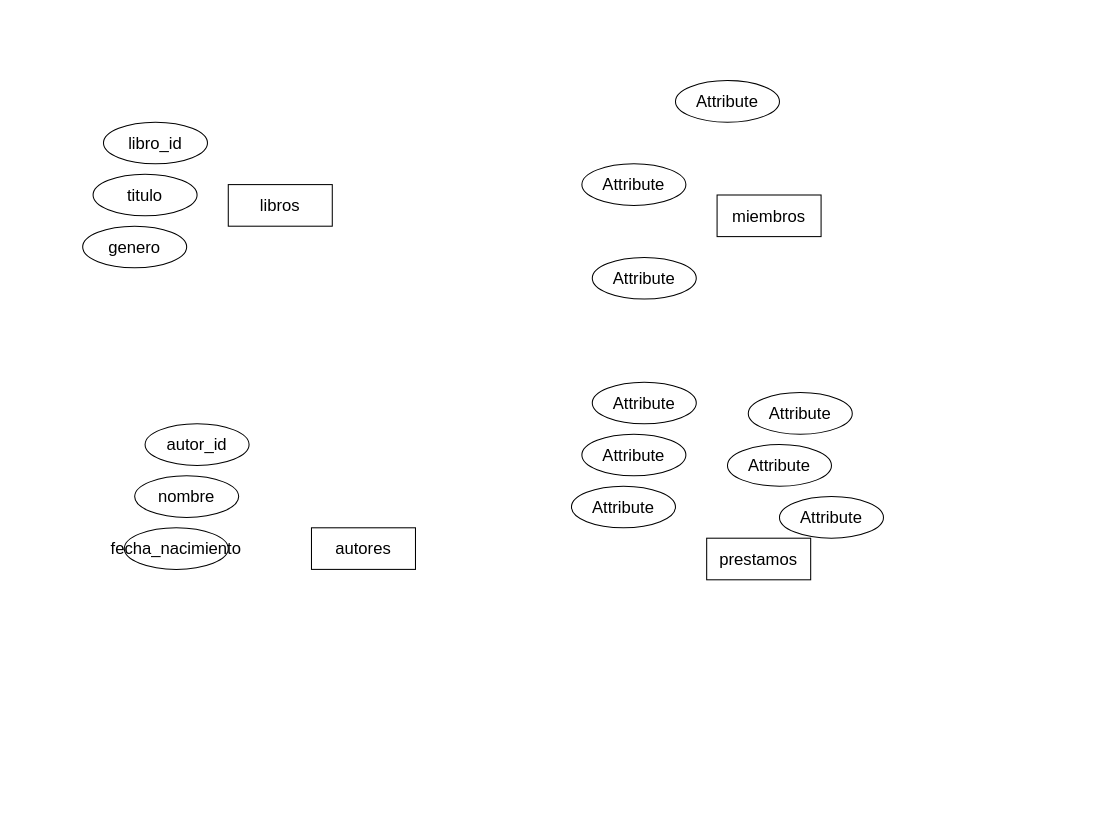
The draw.io diagram biblioteca.drawio in hollyredfield/dam1, before the edit. Source tidied: cells renumbered, new cells numbered last; positions are measured from the earlier drawing's top-left corner, leaving out a move shared by most shapes. Both pictures are drawn from the tidied source at 104%, with x=0, y=0 at pixel (82, 80).
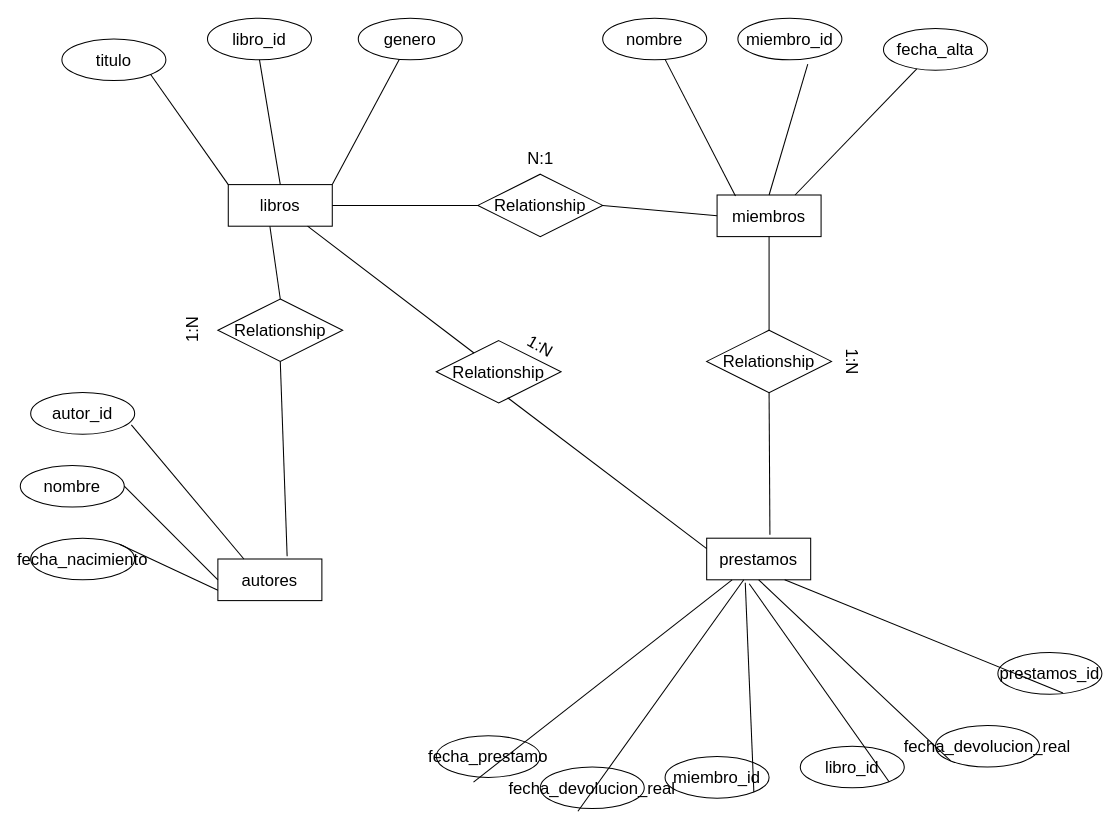
Above is the later version.

Unchanged cells that the change refers to:
```xml
<mxCell id="2" value="prestamos" style="whiteSpace=wrap;html=1;align=center;fontSize=16;" parent="1" vertex="1">
  <mxGeometry x="600" y="440" width="100" height="40" as="geometry" />
</mxCell>
<mxCell id="4" value="libros" style="whiteSpace=wrap;html=1;align=center;fontSize=16;" parent="1" vertex="1">
  <mxGeometry x="140" y="100" width="100" height="40" as="geometry" />
</mxCell>
<mxCell id="5" value="miembros" style="whiteSpace=wrap;html=1;align=center;fontSize=16;" parent="1" vertex="1">
  <mxGeometry x="610" y="110" width="100" height="40" as="geometry" />
</mxCell>
```

Change to the diagram source:
```diff
@@
     <mxCell id="3" value="autores" style="whiteSpace=wrap;html=1;align=center;fontSize=16;" parent="1" vertex="1">
-      <mxGeometry x="220" y="430" width="100" height="40" as="geometry" />
+      <mxGeometry x="130" y="460" width="100" height="40" as="geometry" />
     </mxCell>
@@
     <mxCell id="6" value="titulo" style="ellipse;whiteSpace=wrap;html=1;align=center;fontSize=16;" parent="1" vertex="1">
-      <mxGeometry x="10" y="90" width="100" height="40" as="geometry" />
+      <mxGeometry x="-20" y="-40" width="100" height="40" as="geometry" />
     </mxCell>
     <mxCell id="7" value="libro_id" style="ellipse;whiteSpace=wrap;html=1;align=center;fontSize=16;" parent="1" vertex="1">
-      <mxGeometry x="20" y="40" width="100" height="40" as="geometry" />
+      <mxGeometry x="120" y="-60" width="100" height="40" as="geometry" />
     </mxCell>
     <mxCell id="8" value="genero" style="ellipse;whiteSpace=wrap;html=1;align=center;fontSize=16;" parent="1" vertex="1">
-      <mxGeometry y="140" width="100" height="40" as="geometry" />
+      <mxGeometry x="265" y="-60" width="100" height="40" as="geometry" />
     </mxCell>
-    <mxCell id="9" value="Attribute" style="ellipse;whiteSpace=wrap;html=1;align=center;fontSize=16;" parent="1" vertex="1">
-      <mxGeometry x="490" y="170" width="100" height="40" as="geometry" />
+    <mxCell id="9" value="fecha_alta" style="ellipse;whiteSpace=wrap;html=1;align=center;fontSize=16;" parent="1" vertex="1">
+      <mxGeometry x="770" y="-50" width="100" height="40" as="geometry" />
     </mxCell>
-    <mxCell id="10" value="Attribute" style="ellipse;whiteSpace=wrap;html=1;align=center;fontSize=16;" parent="1" vertex="1">
-      <mxGeometry x="480" y="80" width="100" height="40" as="geometry" />
+    <mxCell id="10" value="nombre" style="ellipse;whiteSpace=wrap;html=1;align=center;fontSize=16;" parent="1" vertex="1">
+      <mxGeometry x="500" y="-60" width="100" height="40" as="geometry" />
     </mxCell>
-    <mxCell id="11" value="Attribute" style="ellipse;whiteSpace=wrap;html=1;align=center;fontSize=16;" parent="1" vertex="1">
-      <mxGeometry x="570" width="100" height="40" as="geometry" />
+    <mxCell id="11" value="miembro_id" style="ellipse;whiteSpace=wrap;html=1;align=center;fontSize=16;" parent="1" vertex="1">
+      <mxGeometry x="630" y="-60" width="100" height="40" as="geometry" />
     </mxCell>
-    <mxCell id="12" value="Attribute" style="ellipse;whiteSpace=wrap;html=1;align=center;fontSize=16;" parent="1" vertex="1">
-      <mxGeometry x="480" y="340" width="100" height="40" as="geometry" />
+    <mxCell id="12" value="libro_id" style="ellipse;whiteSpace=wrap;html=1;align=center;fontSize=16;" parent="1" vertex="1">
+      <mxGeometry x="690" y="640" width="100" height="40" as="geometry" />
     </mxCell>
-    <mxCell id="13" value="Attribute" style="ellipse;whiteSpace=wrap;html=1;align=center;fontSize=16;" parent="1" vertex="1">
-      <mxGeometry x="490" y="290" width="100" height="40" as="geometry" />
+    <mxCell id="13" value="prestamos_id" style="ellipse;whiteSpace=wrap;html=1;align=center;fontSize=16;" parent="1" vertex="1">
+      <mxGeometry x="880" y="550" width="100" height="40" as="geometry" />
     </mxCell>
-    <mxCell id="14" value="Attribute" style="ellipse;whiteSpace=wrap;html=1;align=center;fontSize=16;" parent="1" vertex="1">
-      <mxGeometry x="470" y="390" width="100" height="40" as="geometry" />
+    <mxCell id="14" value="miembro_id" style="ellipse;whiteSpace=wrap;html=1;align=center;fontSize=16;" parent="1" vertex="1">
+      <mxGeometry x="560" y="650" width="100" height="40" as="geometry" />
     </mxCell>
-    <mxCell id="15" value="Attribute" style="ellipse;whiteSpace=wrap;html=1;align=center;fontSize=16;" parent="1" vertex="1">
-      <mxGeometry x="620" y="350" width="100" height="40" as="geometry" />
+    <mxCell id="15" value="fecha_devolucion_real" style="ellipse;whiteSpace=wrap;html=1;align=center;fontSize=16;" parent="1" vertex="1">
+      <mxGeometry x="440" y="660" width="100" height="40" as="geometry" />
     </mxCell>
-    <mxCell id="16" value="Attribute" style="ellipse;whiteSpace=wrap;html=1;align=center;fontSize=16;" parent="1" vertex="1">
-      <mxGeometry x="640" y="300" width="100" height="40" as="geometry" />
+    <mxCell id="16" value="fecha_prestamo" style="ellipse;whiteSpace=wrap;html=1;align=center;fontSize=16;" parent="1" vertex="1">
+      <mxGeometry x="340" y="630" width="100" height="40" as="geometry" />
     </mxCell>
-    <mxCell id="17" value="Attribute" style="ellipse;whiteSpace=wrap;html=1;align=center;fontSize=16;" parent="1" vertex="1">
-      <mxGeometry x="670" y="400" width="100" height="40" as="geometry" />
+    <mxCell id="17" value="fecha_devolucion_real" style="ellipse;whiteSpace=wrap;html=1;align=center;fontSize=16;" parent="1" vertex="1">
+      <mxGeometry x="820" y="620" width="100" height="40" as="geometry" />
     </mxCell>
     <mxCell id="18" value="nombre" style="ellipse;whiteSpace=wrap;html=1;align=center;fontSize=16;" parent="1" vertex="1">
-      <mxGeometry x="50" y="380" width="100" height="40" as="geometry" />
+      <mxGeometry x="-60" y="370" width="100" height="40" as="geometry" />
     </mxCell>
     <mxCell id="19" value="autor_id" style="ellipse;whiteSpace=wrap;html=1;align=center;fontSize=16;" parent="1" vertex="1">
-      <mxGeometry x="60" y="330" width="100" height="40" as="geometry" />
+      <mxGeometry x="-50" y="300" width="100" height="40" as="geometry" />
     </mxCell>
     <mxCell id="20" value="fecha_nacimiento" style="ellipse;whiteSpace=wrap;html=1;align=center;fontSize=16;" parent="1" vertex="1">
-      <mxGeometry x="40" y="430" width="100" height="40" as="geometry" />
+      <mxGeometry x="-50" y="440" width="100" height="40" as="geometry" />
     </mxCell>
+    <mxCell id="21" style="endArrow=none;html=1;rounded=0;fontSize=12;startSize=8;endSize=8;curved=1;exitX=0.5;exitY=0;exitDx=0;exitDy=0;entryX=0.5;entryY=1;entryDx=0;entryDy=0;" parent="1" edge="1" source="4" target="7">
+      <mxGeometry relative="1" as="geometry" />
+    </mxCell>
+    <mxCell id="22" style="endArrow=none;html=1;rounded=0;fontSize=12;startSize=8;endSize=8;curved=1;exitX=0;exitY=0;exitDx=0;exitDy=0;entryX=1;entryY=1;entryDx=0;entryDy=0;" parent="1" edge="1" source="4" target="6">
+      <mxGeometry relative="1" as="geometry" />
+    </mxCell>
+    <mxCell id="23" style="endArrow=none;html=1;rounded=0;fontSize=12;startSize=8;endSize=8;curved=1;exitX=1;exitY=0;exitDx=0;exitDy=0;" parent="1" edge="1" source="4" target="8">
+      <mxGeometry relative="1" as="geometry" />
+    </mxCell>
+    <mxCell id="24" style="endArrow=none;html=1;rounded=0;fontSize=12;startSize=8;endSize=8;curved=1;exitX=0.25;exitY=0;exitDx=0;exitDy=0;entryX=0.968;entryY=0.774;entryDx=0;entryDy=0;entryPerimeter=0;" parent="1" edge="1" source="3" target="19">
+      <mxGeometry relative="1" as="geometry" />
+    </mxCell>
+    <mxCell id="25" style="endArrow=none;html=1;rounded=0;fontSize=12;startSize=8;endSize=8;curved=1;exitX=0;exitY=0.5;exitDx=0;exitDy=0;entryX=1;entryY=0.5;entryDx=0;entryDy=0;" parent="1" edge="1" source="3" target="18">
+      <mxGeometry relative="1" as="geometry" />
+    </mxCell>
+    <mxCell id="26" style="endArrow=none;html=1;rounded=0;fontSize=12;startSize=8;endSize=8;curved=1;entryX=1;entryY=0;entryDx=0;entryDy=0;exitX=0;exitY=0.75;exitDx=0;exitDy=0;" parent="1" edge="1" source="3" target="20">
+      <mxGeometry relative="1" as="geometry" />
+    </mxCell>
+    <mxCell id="27" style="endArrow=none;html=1;rounded=0;fontSize=12;startSize=8;endSize=8;curved=1;exitX=0.75;exitY=0;exitDx=0;exitDy=0;" parent="1" edge="1" source="5" target="9">
+      <mxGeometry relative="1" as="geometry" />
+    </mxCell>
+    <mxCell id="28" style="endArrow=none;html=1;rounded=0;fontSize=12;startSize=8;endSize=8;curved=1;exitX=0.5;exitY=0;exitDx=0;exitDy=0;entryX=0.672;entryY=1.106;entryDx=0;entryDy=0;entryPerimeter=0;" parent="1" edge="1" source="5" target="11">
+      <mxGeometry relative="1" as="geometry" />
+    </mxCell>
+    <mxCell id="29" style="endArrow=none;html=1;rounded=0;fontSize=12;startSize=8;endSize=8;curved=1;exitX=0.177;exitY=0.026;exitDx=0;exitDy=0;exitPerimeter=0;" parent="1" edge="1" source="5" target="10">
+      <mxGeometry relative="1" as="geometry" />
+    </mxCell>
+    <mxCell id="30" style="endArrow=none;html=1;rounded=0;fontSize=12;startSize=8;endSize=8;curved=1;exitX=0.75;exitY=1;exitDx=0;exitDy=0;entryX=0.626;entryY=0.971;entryDx=0;entryDy=0;entryPerimeter=0;" parent="1" edge="1" source="2" target="13">
+      <mxGeometry relative="1" as="geometry" />
+    </mxCell>
+    <mxCell id="31" style="endArrow=none;html=1;rounded=0;fontSize=12;startSize=8;endSize=8;curved=1;exitX=0.409;exitY=1.094;exitDx=0;exitDy=0;entryX=1;entryY=1;entryDx=0;entryDy=0;exitPerimeter=0;" parent="1" edge="1" source="2" target="12">
+      <mxGeometry relative="1" as="geometry" />
+    </mxCell>
+    <mxCell id="32" style="endArrow=none;html=1;rounded=0;fontSize=12;startSize=8;endSize=8;curved=1;exitX=0.371;exitY=1.071;exitDx=0;exitDy=0;entryX=1;entryY=1;entryDx=0;entryDy=0;exitPerimeter=0;" parent="1" edge="1" source="2" target="14">
+      <mxGeometry relative="1" as="geometry" />
+    </mxCell>
+    <mxCell id="33" style="endArrow=none;html=1;rounded=0;fontSize=12;startSize=8;endSize=8;curved=1;entryX=0.358;entryY=1.112;entryDx=0;entryDy=0;entryPerimeter=0;" parent="1" edge="1" source="2" target="16">
+      <mxGeometry relative="1" as="geometry" />
+    </mxCell>
+    <mxCell id="34" style="endArrow=none;html=1;rounded=0;fontSize=12;startSize=8;endSize=8;curved=1;entryX=0.362;entryY=1.062;entryDx=0;entryDy=0;entryPerimeter=0;" parent="1" edge="1" source="2" target="15">
+      <mxGeometry relative="1" as="geometry" />
+    </mxCell>
+    <mxCell id="35" style="endArrow=none;html=1;rounded=0;fontSize=12;startSize=8;endSize=8;curved=1;exitX=0;exitY=1;exitDx=0;exitDy=0;entryX=0.5;entryY=1;entryDx=0;entryDy=0;" parent="1" edge="1" source="17" target="2">
+      <mxGeometry relative="1" as="geometry" />
+    </mxCell>
+    <mxCell id="36" value="Relationship" style="shape=rhombus;perimeter=rhombusPerimeter;whiteSpace=wrap;html=1;align=center;fontSize=16;" parent="1" vertex="1">
+      <mxGeometry x="340" y="250" width="120" height="60" as="geometry" />
+    </mxCell>
+    <mxCell id="37" style="endArrow=none;html=1;rounded=0;fontSize=12;startSize=8;endSize=8;curved=1;exitX=0;exitY=0.25;exitDx=0;exitDy=0;entryX=0.572;entryY=0.916;entryDx=0;entryDy=0;entryPerimeter=0;" parent="1" edge="1" source="2" target="36">
+      <mxGeometry relative="1" as="geometry" />
+    </mxCell>
+    <mxCell id="38" style="endArrow=none;html=1;rounded=0;fontSize=12;startSize=8;endSize=8;curved=1;" parent="1" edge="1" source="36" target="4">
+      <mxGeometry relative="1" as="geometry" />
+    </mxCell>
+    <mxCell id="39" value="1:N" style="text;html=1;align=center;verticalAlign=middle;strokeColor=none;fillColor=none;fontSize=16;rotation=30;" parent="1" vertex="1">
+      <mxGeometry x="415" y="240" width="50" height="30" as="geometry" />
+    </mxCell>
+    <mxCell id="40" value="Relationship" style="shape=rhombus;perimeter=rhombusPerimeter;whiteSpace=wrap;html=1;align=center;fontSize=16;" parent="1" vertex="1">
+      <mxGeometry x="380" y="90" width="120" height="60" as="geometry" />
+    </mxCell>
+    <mxCell id="41" value="Relationship" style="shape=rhombus;perimeter=rhombusPerimeter;whiteSpace=wrap;html=1;align=center;fontSize=16;" parent="1" vertex="1">
+      <mxGeometry x="600" y="240" width="120" height="60" as="geometry" />
+    </mxCell>
+    <mxCell id="42" value="Relationship" style="shape=rhombus;perimeter=rhombusPerimeter;whiteSpace=wrap;html=1;align=center;fontSize=16;" parent="1" vertex="1">
+      <mxGeometry x="130" y="210" width="120" height="60" as="geometry" />
+    </mxCell>
+    <mxCell id="43" style="endArrow=none;html=1;rounded=0;fontSize=12;startSize=8;endSize=8;curved=1;exitX=0.5;exitY=1;exitDx=0;exitDy=0;entryX=0.5;entryY=0;entryDx=0;entryDy=0;" parent="1" edge="1" source="5" target="41">
+      <mxGeometry relative="1" as="geometry" />
+    </mxCell>
+    <mxCell id="44" style="endArrow=none;html=1;rounded=0;fontSize=12;startSize=8;endSize=8;curved=1;entryX=0.608;entryY=-0.082;entryDx=0;entryDy=0;entryPerimeter=0;exitX=0.5;exitY=1;exitDx=0;exitDy=0;" parent="1" edge="1" source="41" target="2">
+      <mxGeometry relative="1" as="geometry" />
+    </mxCell>
+    <mxCell id="45" value="1:N" style="text;html=1;align=center;verticalAlign=middle;strokeColor=none;fillColor=none;fontSize=16;rotation=90;" parent="1" vertex="1">
+      <mxGeometry x="715" y="255" width="50" height="30" as="geometry" />
+    </mxCell>
+    <mxCell id="46" value="N:1" style="text;html=1;align=center;verticalAlign=middle;strokeColor=none;fillColor=none;fontSize=16;rotation=0;" parent="1" vertex="1">
+      <mxGeometry x="415" y="60" width="50" height="30" as="geometry" />
+    </mxCell>
+    <mxCell id="47" style="endArrow=none;html=1;rounded=0;fontSize=12;startSize=8;endSize=8;curved=1;exitX=0;exitY=0.5;exitDx=0;exitDy=0;" parent="1" edge="1" source="40">
+      <mxGeometry relative="1" as="geometry">
+        <mxPoint x="240" y="120" as="targetPoint" />
+      </mxGeometry>
+    </mxCell>
+    <mxCell id="48" style="endArrow=none;html=1;rounded=0;fontSize=12;startSize=8;endSize=8;curved=1;entryX=1;entryY=0.5;entryDx=0;entryDy=0;" parent="1" edge="1" target="40">
+      <mxGeometry relative="1" as="geometry">
+        <mxPoint x="610" y="130" as="sourcePoint" />
+      </mxGeometry>
+    </mxCell>
+    <mxCell id="49" style="endArrow=none;html=1;rounded=0;fontSize=12;startSize=8;endSize=8;curved=1;exitX=0.5;exitY=0;exitDx=0;exitDy=0;entryX=0.968;entryY=0.774;entryDx=0;entryDy=0;entryPerimeter=0;" parent="1" edge="1" source="42">
+      <mxGeometry relative="1" as="geometry">
+        <mxPoint x="180" y="140" as="targetPoint" />
+      </mxGeometry>
+    </mxCell>
+    <mxCell id="50" style="endArrow=none;html=1;rounded=0;fontSize=12;startSize=8;endSize=8;curved=1;exitX=0.666;exitY=-0.065;exitDx=0;exitDy=0;entryX=0.5;entryY=1;entryDx=0;entryDy=0;exitPerimeter=0;" parent="1" edge="1" source="3" target="42">
+      <mxGeometry relative="1" as="geometry" />
+    </mxCell>
+    <mxCell id="51" value="1:N" style="text;html=1;align=center;verticalAlign=middle;strokeColor=none;fillColor=none;fontSize=16;rotation=-90;" parent="1" vertex="1">
+      <mxGeometry x="80" y="225" width="50" height="30" as="geometry" />
+    </mxCell>
```
